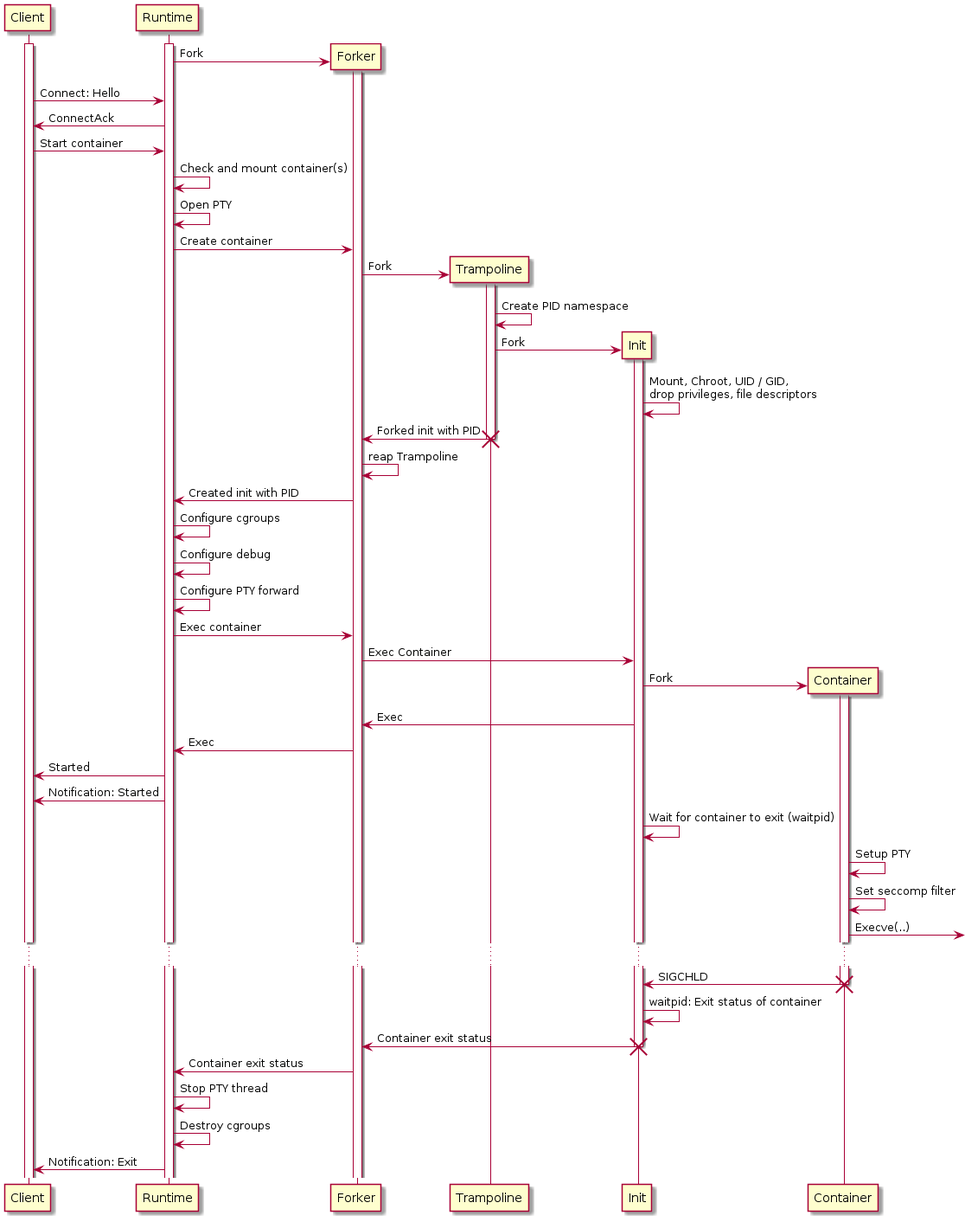
This is doc/container-startup.png from esrlabs/northstar, a PlantUML export, as it was before one commit. Its diagram source:
```plantuml
@startuml container_startup

create Client
activate Client

create Runtime
activate Runtime

create Forker
Runtime -> Forker: Fork
activate Forker

Client -> Runtime: Connect: Hello
Client <- Runtime: ConnectAck
Client -> Runtime: Start container
Runtime -> Runtime: Check and mount container(s)
Runtime -> Runtime: Open PTY

Runtime -> Forker: Create container

create Trampoline
Forker -> Trampoline: Fork
activate Trampoline
Trampoline -> Trampoline: Create PID namespace

create Init
Trampoline -> Init: Fork
activate Init
Init -> Init: Mount, Chroot, UID / GID,\ndrop privileges, file descriptors

Trampoline -> Forker: Forked init with PID
destroy Trampoline

Forker -> Forker: reap Trampoline

Forker -> Runtime: Created init with PID

Runtime -> Runtime: Configure cgroups
Runtime -> Runtime: Configure debug
Runtime -> Runtime: Configure PTY forward

Runtime -> Forker: Exec container
Forker -> Init: Exec Container
create Container
Init -> Container: Fork
activate Container
Forker <- Init: Exec
Runtime <- Forker: Exec
Client <- Runtime: Started
Client <- Runtime: Notification: Started

Init -> Init: Wait for container to exit (waitpid)
Container -> Container: Setup PTY
Container -> Container: Set seccomp filter
Container -> : Execve(..)
...
Container -> Init: SIGCHLD
destroy Container

Init -> Init: waitpid: Exit status of container
Init -> Forker: Container exit status
destroy Init

Forker -> Runtime: Container exit status
Runtime -> Runtime: Stop PTY thread
Runtime -> Runtime: Destroy cgroups
Client <- Runtime: Notification: Exit

@enduml
```
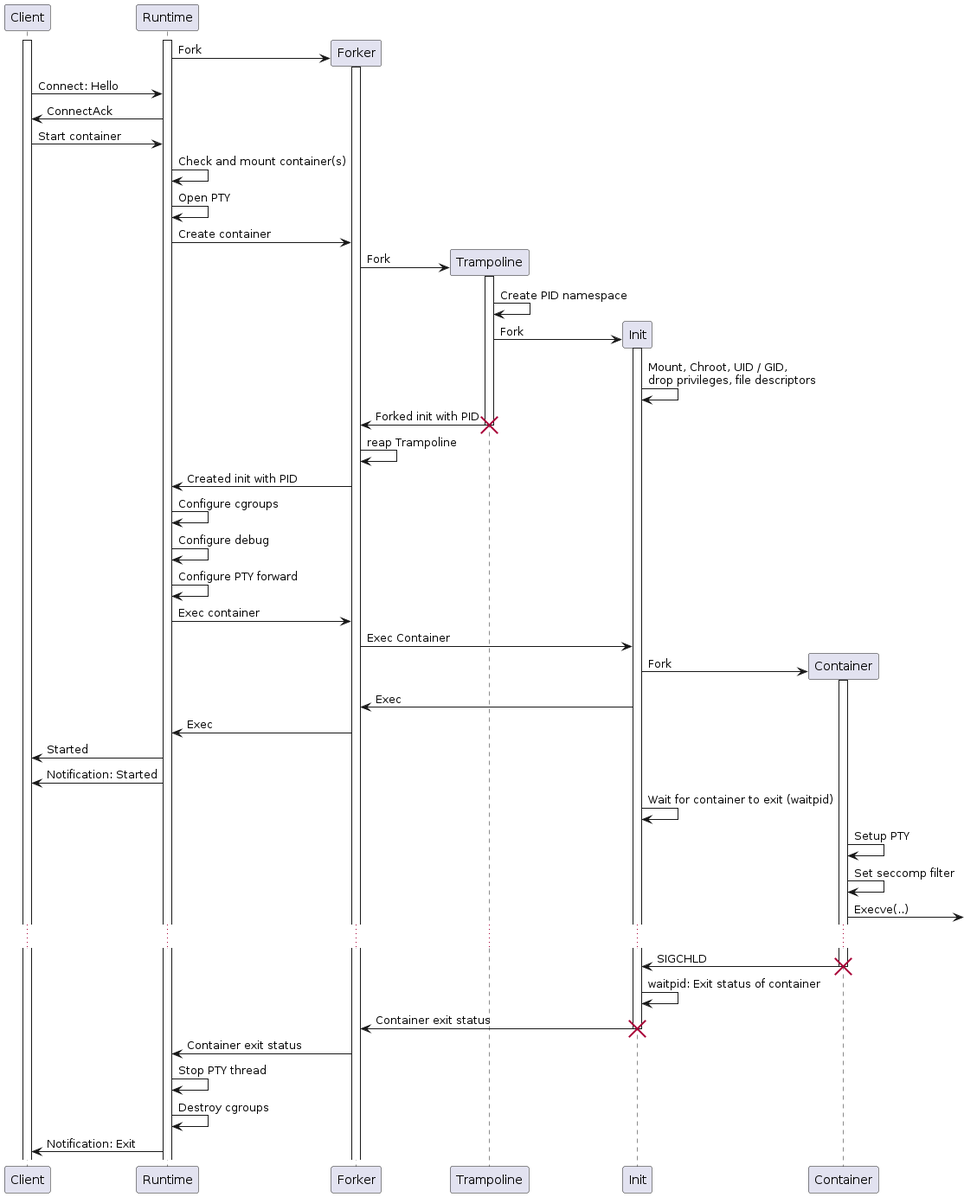
The same file after the commit.

What changed in the source:
```diff
@@ -1,4 +1,4 @@
-@startuml container_startup
+@startuml container-startup
 
 create Client
 activate Client
```
